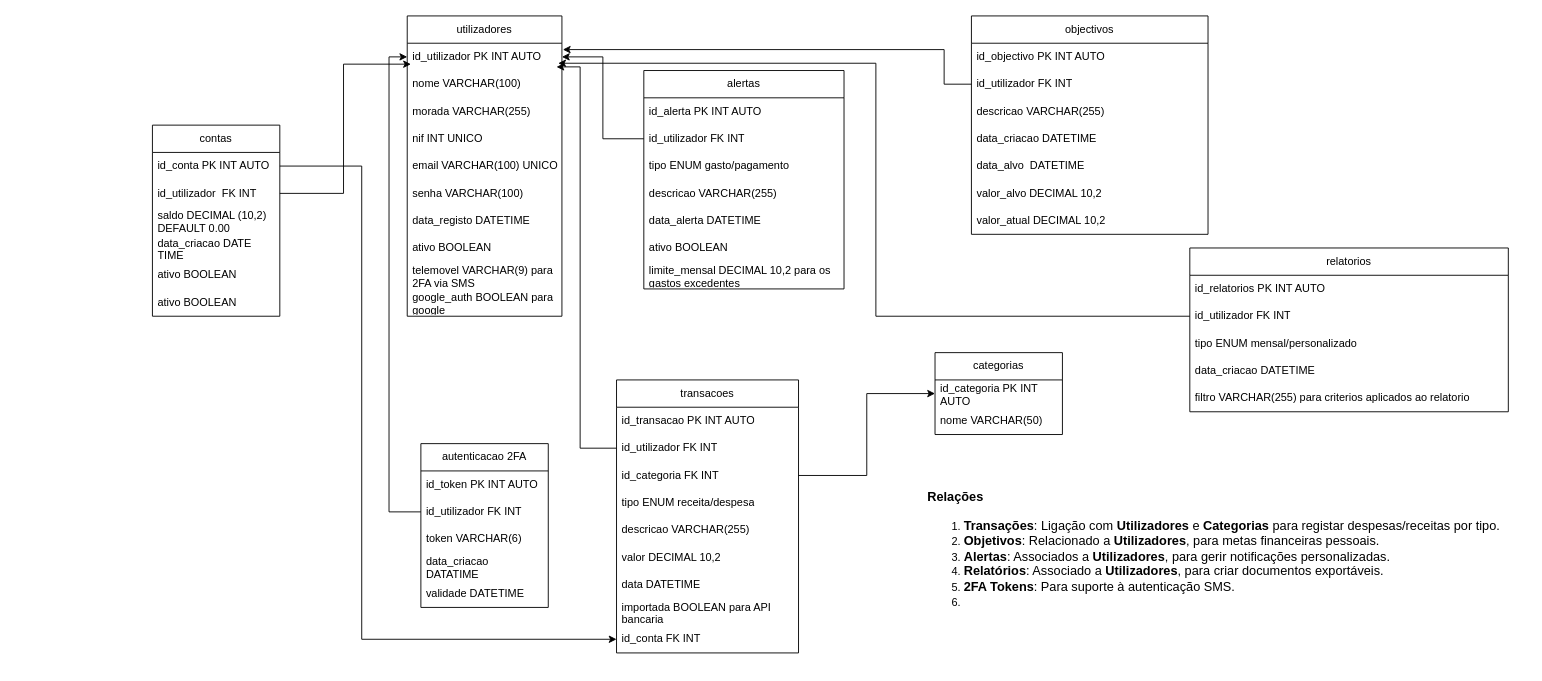
The draw.io diagram Untitled Diagram.drawio in dblouro/dblouro, before the edit. Source tidied: cells renumbered, new cells numbered last; positions are measured from the earlier drawing's top-left corner, leaving out a move shared by most shapes. Both pictures are drawn from the tidied source at 91%, with x=0, y=0 at pixel (152, 15).
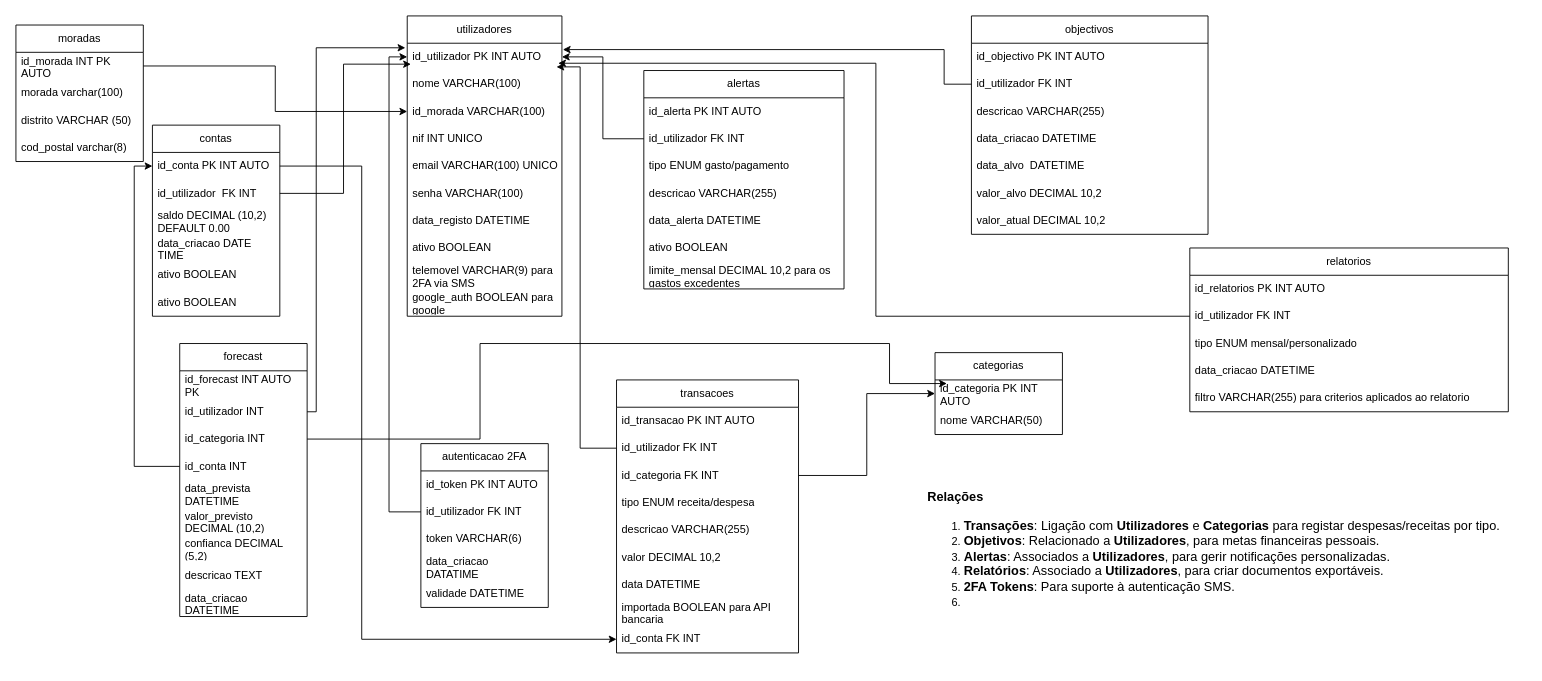
Above is the later version.

Commit message:
Update Untitled Diagram_tabela_moradas e forecast.drawio

The change refers to these unchanged cells:
```xml
<mxCell id="2" value="utilizadores" style="swimlane;fontStyle=0;horizontal=1;startSize=30;whiteSpace=wrap;html=1;" parent="1" vertex="1">
  <mxGeometry x="280" width="170" height="330" as="geometry" />
</mxCell>
<mxCell id="3" value="id_utilizador PK INT AUTO" style="text;strokeColor=none;fillColor=none;align=left;verticalAlign=middle;spacingLeft=4;spacingRight=4;overflow=hidden;points=[[0,0.5],[1,0.5]];portConstraint=eastwest;whiteSpace=wrap;html=1;" parent="2" vertex="1">
  <mxGeometry y="30" width="170" height="30" as="geometry" />
</mxCell>
<mxCell id="24" value="id_categoria PK INT AUTO" style="text;strokeColor=none;fillColor=none;align=left;verticalAlign=middle;spacingLeft=4;spacingRight=4;overflow=hidden;points=[[0,0.5],[1,0.5]];portConstraint=eastwest;whiteSpace=wrap;html=1;" parent="23" vertex="1">
  <mxGeometry y="30" width="140" height="30" as="geometry" />
</mxCell>
<mxCell id="62" value="id_conta PK INT AUTO" style="text;strokeColor=none;fillColor=none;align=left;verticalAlign=middle;spacingLeft=4;spacingRight=4;overflow=hidden;points=[[0,0.5],[1,0.5]];portConstraint=eastwest;whiteSpace=wrap;html=1;" parent="61" vertex="1">
  <mxGeometry y="30" width="140" height="30" as="geometry" />
</mxCell>
```

The edit, as a diff of the source:
```diff
@@
-    <mxCell id="5" value="morada VARCHAR(255)" style="text;strokeColor=none;fillColor=none;align=left;verticalAlign=middle;spacingLeft=4;spacingRight=4;overflow=hidden;points=[[0,0.5],[1,0.5]];portConstraint=eastwest;whiteSpace=wrap;html=1;" parent="2" vertex="1">
+    <mxCell id="5" value="id_morada VARCHAR(100)" style="text;strokeColor=none;fillColor=none;align=left;verticalAlign=middle;spacingLeft=4;spacingRight=4;overflow=hidden;points=[[0,0.5],[1,0.5]];portConstraint=eastwest;whiteSpace=wrap;html=1;" parent="2" vertex="1">
       <mxGeometry y="90" width="170" height="30" as="geometry" />
     </mxCell>
@@
+    <mxCell id="70" value="forecast" style="swimlane;fontStyle=0;horizontal=1;startSize=30;whiteSpace=wrap;html=1;" parent="1" vertex="1">
+      <mxGeometry x="30" y="360" width="140" height="300" as="geometry" />
+    </mxCell>
+    <mxCell id="71" value="id_forecast INT AUTO PK" style="text;strokeColor=none;fillColor=none;align=left;verticalAlign=middle;spacingLeft=4;spacingRight=4;overflow=hidden;whiteSpace=wrap;html=1;" parent="70" vertex="1">
+      <mxGeometry y="30" width="140" height="30" as="geometry" />
+    </mxCell>
+    <mxCell id="72" value="id_utilizador INT" style="text;strokeColor=none;fillColor=none;align=left;verticalAlign=middle;spacingLeft=4;spacingRight=4;overflow=hidden;points=[[0,0.5],[1,0.5]];portConstraint=eastwest;whiteSpace=wrap;html=1;" parent="70" vertex="1">
+      <mxGeometry y="60" width="140" height="30" as="geometry" />
+    </mxCell>
+    <mxCell id="73" value="id_categoria INT" style="text;strokeColor=none;fillColor=none;align=left;verticalAlign=middle;spacingLeft=4;spacingRight=4;overflow=hidden;points=[[0,0.5],[1,0.5]];portConstraint=eastwest;whiteSpace=wrap;html=1;" parent="70" vertex="1">
+      <mxGeometry y="90" width="140" height="30" as="geometry" />
+    </mxCell>
+    <mxCell id="74" value="id_conta INT" style="text;strokeColor=none;fillColor=none;align=left;verticalAlign=middle;spacingLeft=4;spacingRight=4;overflow=hidden;points=[[0,0.5],[1,0.5]];portConstraint=eastwest;whiteSpace=wrap;html=1;" parent="70" vertex="1">
+      <mxGeometry y="120" width="140" height="30" as="geometry" />
+    </mxCell>
+    <mxCell id="75" value="data_prevista DATETIME" style="text;strokeColor=none;fillColor=none;align=left;verticalAlign=middle;spacingLeft=4;spacingRight=4;overflow=hidden;whiteSpace=wrap;html=1;" parent="70" vertex="1">
+      <mxGeometry y="150" width="140" height="30" as="geometry" />
+    </mxCell>
+    <mxCell id="76" value="valor_previsto DECIMAL (10,2)" style="text;strokeColor=none;fillColor=none;align=left;verticalAlign=middle;spacingLeft=4;spacingRight=4;overflow=hidden;whiteSpace=wrap;html=1;" parent="70" vertex="1">
+      <mxGeometry y="180" width="140" height="30" as="geometry" />
+    </mxCell>
+    <mxCell id="77" value="confianca DECIMAL (5,2)" style="text;strokeColor=none;fillColor=none;align=left;verticalAlign=middle;spacingLeft=4;spacingRight=4;overflow=hidden;whiteSpace=wrap;html=1;" parent="70" vertex="1">
+      <mxGeometry y="210" width="140" height="30" as="geometry" />
+    </mxCell>
+    <mxCell id="78" value="descricao TEXT" style="text;strokeColor=none;fillColor=none;align=left;verticalAlign=middle;spacingLeft=4;spacingRight=4;overflow=hidden;whiteSpace=wrap;html=1;" parent="70" vertex="1">
+      <mxGeometry y="240" width="140" height="30" as="geometry" />
+    </mxCell>
+    <mxCell id="79" value="data_criacao DATETIME" style="text;strokeColor=none;fillColor=none;align=left;verticalAlign=middle;spacingLeft=4;spacingRight=4;overflow=hidden;whiteSpace=wrap;html=1;" parent="70" vertex="1">
+      <mxGeometry y="270" width="140" height="30" as="geometry" />
+    </mxCell>
+    <mxCell id="80" value="moradas" style="swimlane;fontStyle=0;horizontal=1;startSize=30;whiteSpace=wrap;html=1;" parent="1" vertex="1">
+      <mxGeometry x="-150" y="10" width="140" height="150" as="geometry" />
+    </mxCell>
+    <mxCell id="81" value="id_morada INT PK AUTO" style="text;strokeColor=none;fillColor=none;align=left;verticalAlign=middle;spacingLeft=4;spacingRight=4;overflow=hidden;points=[[0,0.5],[1,0.5]];portConstraint=eastwest;whiteSpace=wrap;html=1;" parent="80" vertex="1">
+      <mxGeometry y="30" width="140" height="30" as="geometry" />
+    </mxCell>
+    <mxCell id="82" value="morada varchar(100)" style="text;strokeColor=none;fillColor=none;align=left;verticalAlign=middle;spacingLeft=4;spacingRight=4;overflow=hidden;whiteSpace=wrap;html=1;" parent="80" vertex="1">
+      <mxGeometry y="60" width="140" height="30" as="geometry" />
+    </mxCell>
+    <mxCell id="83" value="distrito VARCHAR (50)" style="text;strokeColor=none;fillColor=none;align=left;verticalAlign=middle;spacingLeft=4;spacingRight=4;overflow=hidden;whiteSpace=wrap;html=1;" parent="80" vertex="1">
+      <mxGeometry y="90" width="140" height="30" as="geometry" />
+    </mxCell>
+    <mxCell id="84" value="cod_postal varchar(8)" style="text;strokeColor=none;fillColor=none;align=left;verticalAlign=middle;spacingLeft=4;spacingRight=4;overflow=hidden;whiteSpace=wrap;html=1;" parent="80" vertex="1">
+      <mxGeometry y="120" width="140" height="30" as="geometry" />
+    </mxCell>
+    <mxCell id="85" style="edgeStyle=orthogonalEdgeStyle;rounded=0;jettySize=auto;html=1;exitX=1;exitY=0.5;exitDx=0;exitDy=0;" parent="1" edge="1" source="81" target="5">
+      <mxGeometry relative="1" as="geometry" />
+    </mxCell>
+    <mxCell id="86" style="edgeStyle=orthogonalEdgeStyle;rounded=0;jettySize=auto;html=1;exitX=1;exitY=0.5;exitDx=0;exitDy=0;entryX=-0.012;entryY=0.167;entryDx=0;entryDy=0;entryPerimeter=0;" parent="1" edge="1" source="72" target="3">
+      <mxGeometry relative="1" as="geometry">
+        <Array as="points">
+          <mxPoint x="180" y="435" />
+          <mxPoint x="180" y="35" />
+        </Array>
+      </mxGeometry>
+    </mxCell>
+    <mxCell id="87" style="edgeStyle=orthogonalEdgeStyle;rounded=0;jettySize=auto;html=1;exitX=1;exitY=0.5;exitDx=0;exitDy=0;entryX=0.093;entryY=0.133;entryDx=0;entryDy=0;entryPerimeter=0;" parent="1" edge="1" source="73" target="24">
+      <mxGeometry relative="1" as="geometry">
+        <Array as="points">
+          <mxPoint x="360" y="465" />
+          <mxPoint x="360" y="360" />
+          <mxPoint x="810" y="360" />
+          <mxPoint x="810" y="404" />
+        </Array>
+      </mxGeometry>
+    </mxCell>
+    <mxCell id="88" style="edgeStyle=orthogonalEdgeStyle;rounded=0;jettySize=auto;html=1;exitX=0;exitY=0.5;exitDx=0;exitDy=0;entryX=0;entryY=0.5;entryDx=0;entryDy=0;" parent="1" edge="1" source="74" target="62">
+      <mxGeometry relative="1" as="geometry" />
+    </mxCell>
```
